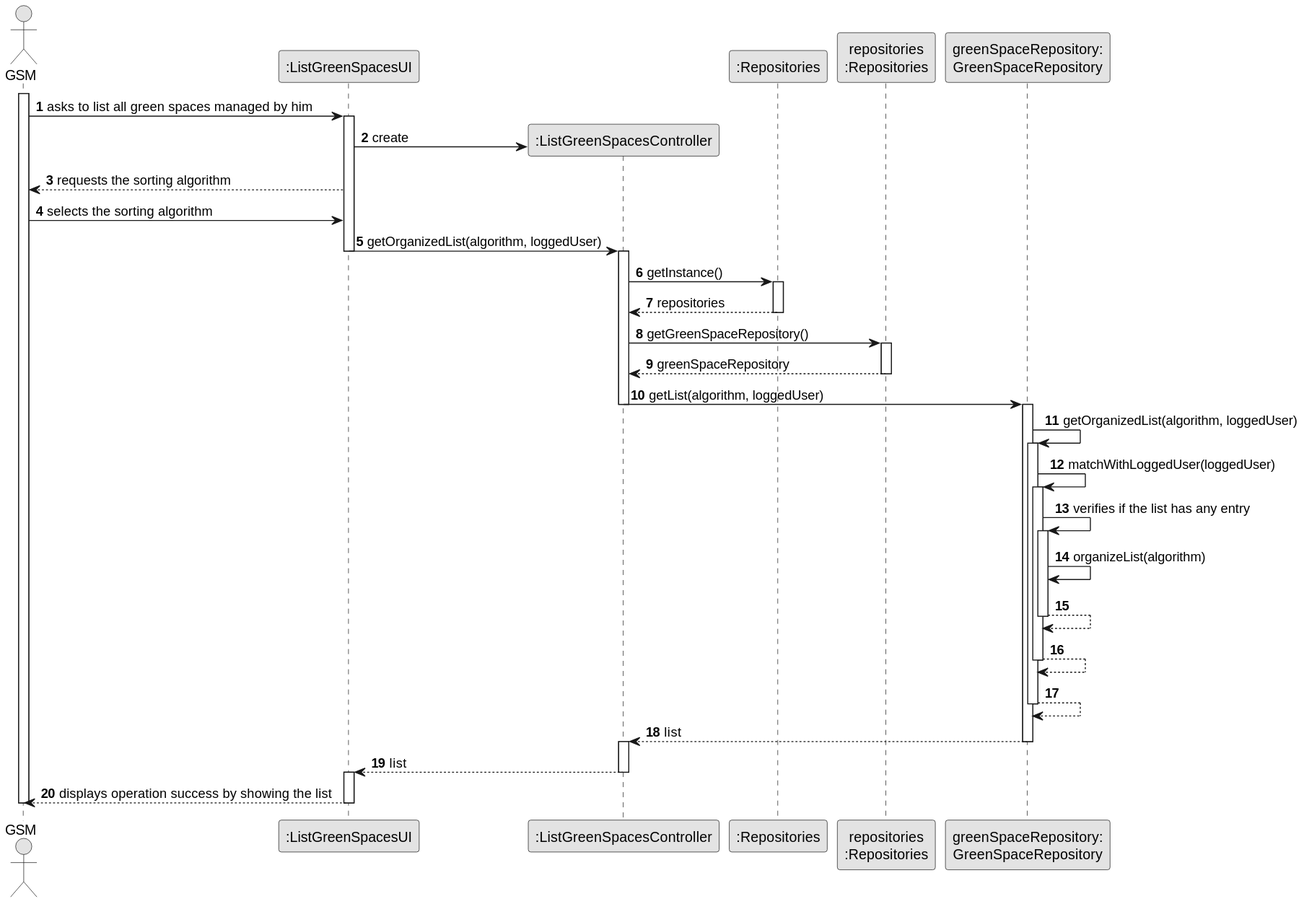
Earlier version of the PlantUML export docs/sprintC/us027/03.design/svg/us027-sequence-diagram-full.svg (ricardomm7/leaflink).
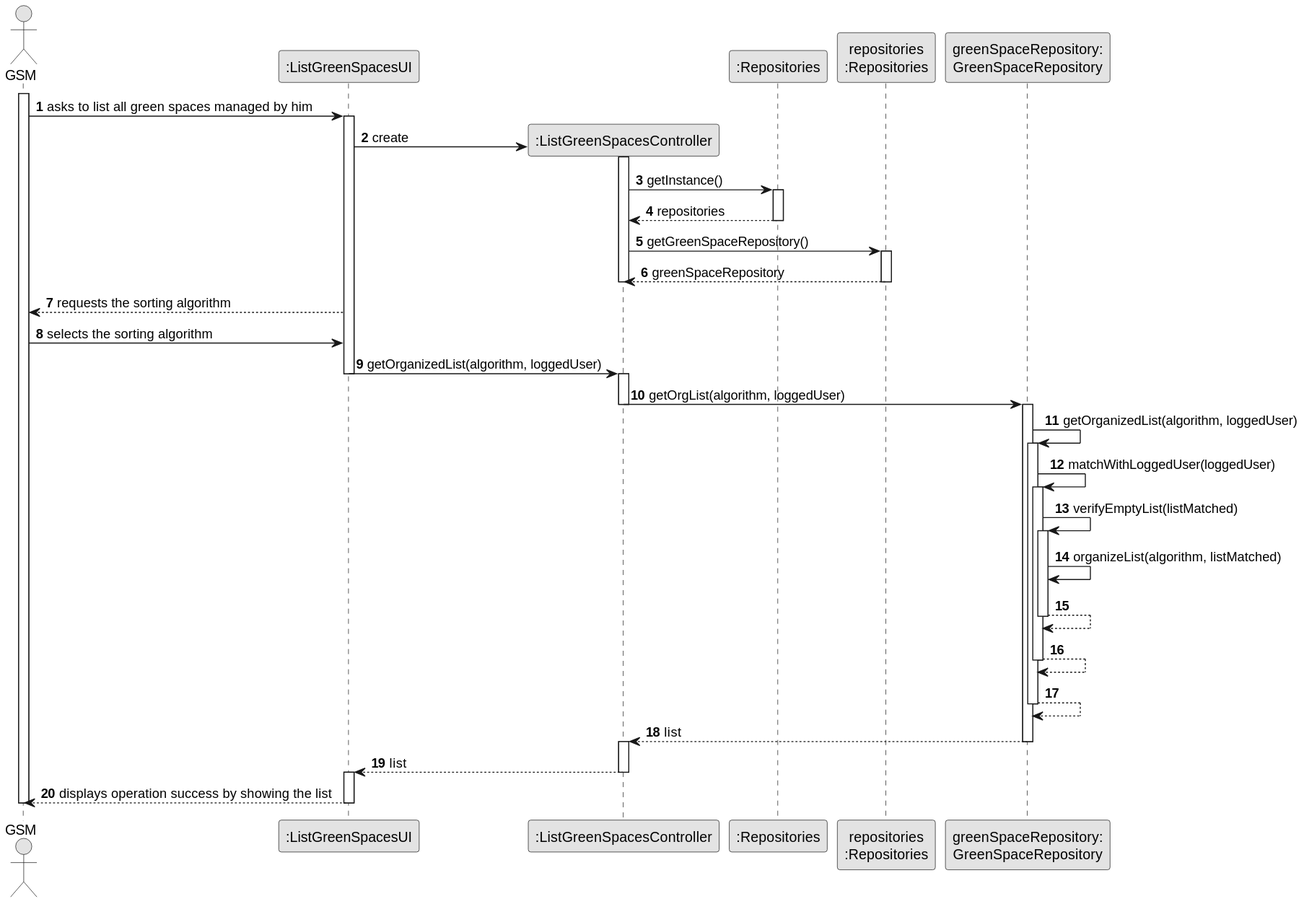
Above is the later version.

Change to the diagram source:
```diff
@@ -17,13 +17,7 @@
 GSM -> UI : asks to list all green spaces managed by him
 activate UI
 UI -> CTRL** : create
-UI --> GSM : requests the sorting algorithm
-GSM -> UI : selects the sorting algorithm
-UI -> CTRL : getOrganizedList(algorithm, loggedUser)
-
-deactivate UI
 activate CTRL
-
 CTRL -> RepositorySingleton : getInstance()
 activate RepositorySingleton
 RepositorySingleton --> CTRL : repositories
@@ -31,8 +25,17 @@
 CTRL -> PLAT : getGreenSpaceRepository()
 activate PLAT
 PLAT -->  CTRL: greenSpaceRepository
+deactivate CTRL
+
 deactivate PLAT
-CTRL -> GreenSpaceRepo : getList(algorithm, loggedUser)
+UI --> GSM : requests the sorting algorithm
+GSM -> UI : selects the sorting algorithm
+UI -> CTRL : getOrganizedList(algorithm, loggedUser)
+deactivate UI
+activate CTRL
+
+
+CTRL -> GreenSpaceRepo : getOrgList(algorithm, loggedUser)
 deactivate CTRL
 
 activate GreenSpaceRepo
@@ -40,9 +43,9 @@
 activate GreenSpaceRepo
 GreenSpaceRepo -> GreenSpaceRepo : matchWithLoggedUser(loggedUser)
 activate GreenSpaceRepo
-GreenSpaceRepo -> GreenSpaceRepo : verifies if the list has any entry
+GreenSpaceRepo -> GreenSpaceRepo : verifyEmptyList(listMatched)
 activate GreenSpaceRepo
-GreenSpaceRepo -> GreenSpaceRepo : organizeList(algorithm)
+GreenSpaceRepo -> GreenSpaceRepo : organizeList(algorithm, listMatched)
 GreenSpaceRepo --> GreenSpaceRepo
 deactivate GreenSpaceRepo
 GreenSpaceRepo --> GreenSpaceRepo
```
